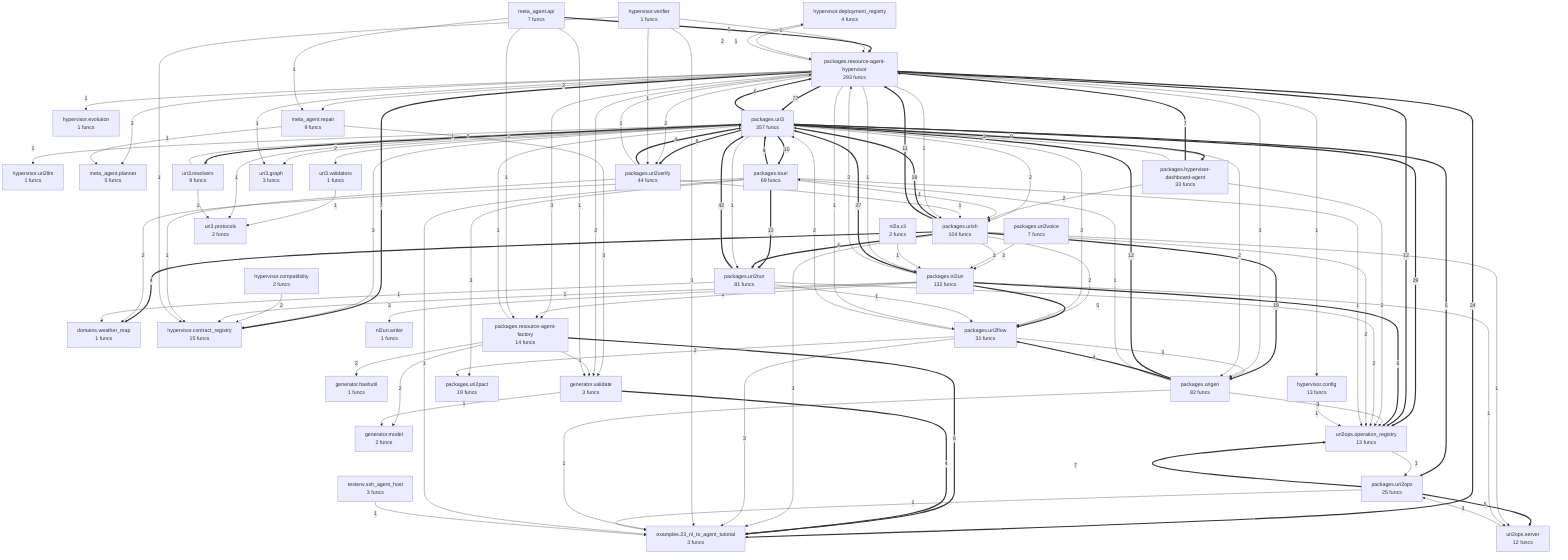
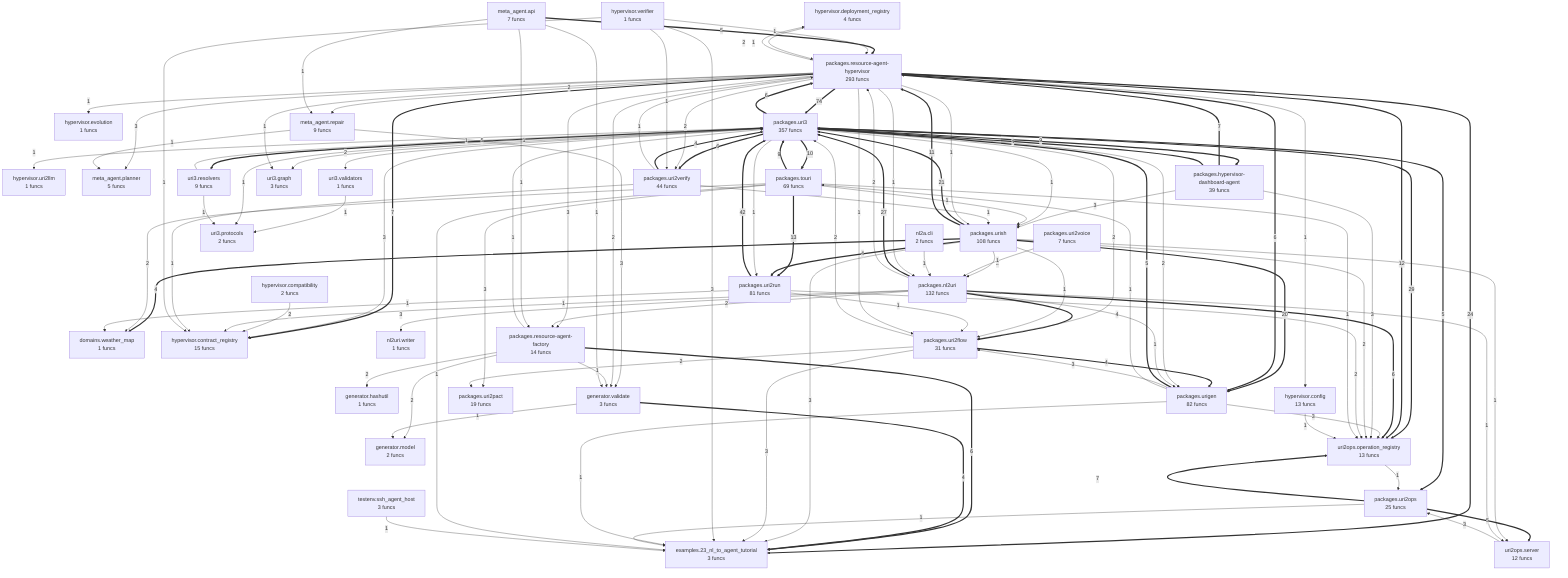
flowchart TD
- %% generated in 0.14s
+ %% generated in 0.24s
    domains__weather_map["domains.weather_map<br/>1 funcs"]
    examples__23_nl_to_agent_tutorial["examples.23_nl_to_agent_tutorial<br/>3 funcs"]
    generator__hashutil["generator.hashutil<br/>1 funcs"]
    generator__model["generator.model<br/>2 funcs"]
    generator__validate["generator.validate<br/>3 funcs"]
    hypervisor__compatibility["hypervisor.compatibility<br/>2 funcs"]
    hypervisor__config["hypervisor.config<br/>13 funcs"]
    hypervisor__contract_registry["hypervisor.contract_registry<br/>15 funcs"]
    hypervisor__deployment_registry["hypervisor.deployment_registry<br/>4 funcs"]
    hypervisor__evolution["hypervisor.evolution<br/>1 funcs"]
    hypervisor__uri2llm["hypervisor.uri2llm<br/>1 funcs"]
    hypervisor__verifier["hypervisor.verifier<br/>1 funcs"]
    meta_agent__api["meta_agent.api<br/>7 funcs"]
    meta_agent__planner["meta_agent.planner<br/>5 funcs"]
    meta_agent__repair["meta_agent.repair<br/>9 funcs"]
    nl2a__cli["nl2a.cli<br/>2 funcs"]
    nl2uri__writer["nl2uri.writer<br/>1 funcs"]
-     packages__hypervisor_dashboard_agent["packages.hypervisor-dashboard-agent<br/>33 funcs"]
+     packages__hypervisor_dashboard_agent["packages.hypervisor-dashboard-agent<br/>39 funcs"]
    packages__nl2uri["packages.nl2uri<br/>132 funcs"]
    packages__resource_agent_factory["packages.resource-agent-factory<br/>14 funcs"]
    packages__resource_agent_hypervisor["packages.resource-agent-hypervisor<br/>293 funcs"]
    packages__touri["packages.touri<br/>69 funcs"]
    packages__uri2flow["packages.uri2flow<br/>31 funcs"]
    packages__uri2ops["packages.uri2ops<br/>25 funcs"]
    packages__uri2pact["packages.uri2pact<br/>19 funcs"]
    packages__uri2run["packages.uri2run<br/>81 funcs"]
    packages__uri2verify["packages.uri2verify<br/>44 funcs"]
    packages__uri2voice["packages.uri2voice<br/>7 funcs"]
    packages__uri3["packages.uri3<br/>357 funcs"]
    packages__urigen["packages.urigen<br/>82 funcs"]
-     packages__urish["packages.urish<br/>104 funcs"]
+     packages__urish["packages.urish<br/>108 funcs"]
    testenv__ssh_agent_host["testenv.ssh_agent_host<br/>3 funcs"]
    uri2ops__operation_registry["uri2ops.operation_registry<br/>13 funcs"]
    uri2ops__server["uri2ops.server<br/>12 funcs"]
    uri3__graph["uri3.graph<br/>3 funcs"]
    uri3__protocols["uri3.protocols<br/>2 funcs"]
    uri3__resolvers["uri3.resolvers<br/>9 funcs"]
    uri3__validators["uri3.validators<br/>1 funcs"]
-     packages__resource_agent_hypervisor ==>|77| packages__uri3
+     packages__resource_agent_hypervisor ==>|74| packages__uri3
    packages__uri2run ==>|42| packages__uri3
    packages__uri3 ==>|29| uri2ops__operation_registry
    packages__nl2uri ==>|27| packages__uri3
    packages__resource_agent_hypervisor ==>|24| examples__23_nl_to_agent_tutorial
-     packages__urish ==>|19| packages__uri3
-     packages__urish ==>|19| packages__urigen
+     packages__urish ==>|21| packages__uri3
+     packages__urish ==>|20| packages__urigen
    packages__touri ==>|13| packages__uri2run
-     packages__urigen ==>|12| packages__uri3
    packages__resource_agent_hypervisor ==>|12| uri2ops__operation_registry
    packages__urish ==>|11| packages__resource_agent_hypervisor
    packages__uri3 ==>|10| packages__touri
    packages__uri3 ==>|9| packages__hypervisor_dashboard_agent
    packages__touri ==>|9| packages__uri3
    packages__uri2ops ==>|7| uri2ops__operation_registry
    packages__hypervisor_dashboard_agent ==>|7| packages__resource_agent_hypervisor
    packages__resource_agent_hypervisor ==>|7| hypervisor__contract_registry
    packages__uri3 ==>|6| packages__resource_agent_hypervisor
    packages__uri3 ==>|6| packages__uri2verify
    packages__resource_agent_factory ==>|6| examples__23_nl_to_agent_tutorial
    packages__nl2uri ==>|6| uri2ops__operation_registry
+     packages__resource_agent_hypervisor ==>|6| packages__urigen
+     packages__urigen ==>|5| packages__uri3
    packages__uri2ops ==>|5| uri2ops__server
    packages__uri3 ==>|5| packages__uri2ops
    packages__uri3 ==>|5| uri3__resolvers
-     packages__nl2uri ==>|5| packages__uri2flow
    meta_agent__api ==>|5| packages__resource_agent_hypervisor
    packages__urish ==>|4| packages__uri2run
    packages__urish ==>|4| domains__weather_map
-     packages__urigen ==>|4| packages__uri2flow
+     packages__hypervisor_dashboard_agent ==>|4| packages__uri3
+     packages__uri2flow ==>|4| packages__urigen
    generator__validate ==>|4| examples__23_nl_to_agent_tutorial
+     packages__nl2uri ==>|4| packages__uri2flow
    packages__uri2verify ==>|4| packages__uri3
    packages__urish -->|3| examples__23_nl_to_agent_tutorial
+     packages__urigen -->|3| packages__uri2flow
+     packages__urigen -->|3| uri2ops__operation_registry
    uri2ops__server -->|3| packages__uri2ops
    packages__uri3 -->|3| hypervisor__contract_registry
-     packages__hypervisor_dashboard_agent -->|3| packages__uri3
+     packages__hypervisor_dashboard_agent -->|3| packages__urish
+     packages__hypervisor_dashboard_agent -->|3| uri2ops__operation_registry
    packages__uri2flow -->|3| examples__23_nl_to_agent_tutorial
-     packages__uri2flow -->|3| packages__urigen
    packages__touri -->|3| packages__uri2pact
    packages__nl2uri -->|3| nl2uri__writer
-     packages__resource_agent_hypervisor -->|3| packages__urigen
    packages__resource_agent_hypervisor -->|3| meta_agent__planner
    packages__resource_agent_hypervisor -->|3| packages__resource_agent_factory
    meta_agent__repair -->|3| generator__validate
    hypervisor__verifier -->|3| examples__23_nl_to_agent_tutorial
-     packages__urigen -->|3| uri2ops__operation_registry
-     packages__urish -->|2| packages__uri2flow
+     packages__urish -->|2| uri2ops__operation_registry
+     packages__urish -->|2| packages__nl2uri
    packages__uri3 -->|2| uri3__validators
-     packages__uri3 -->|2| packages__urish
    packages__uri3 -->|2| packages__uri2flow
    packages__uri3 -->|2| packages__urigen
-     packages__hypervisor_dashboard_agent -->|2| packages__urish
-     packages__hypervisor_dashboard_agent -->|2| uri2ops__operation_registry
    packages__uri2flow -->|2| packages__uri3
    packages__uri2flow -->|2| packages__uri2pact
    packages__touri -->|2| domains__weather_map
    packages__uri2run -->|2| uri2ops__operation_registry
    packages__resource_agent_factory -->|2| generator__model
    packages__resource_agent_factory -->|2| generator__hashutil
    packages__nl2uri -->|2| packages__resource_agent_hypervisor
    packages__nl2uri -->|2| packages__resource_agent_factory
    packages__resource_agent_hypervisor -->|2| generator__validate
    packages__resource_agent_hypervisor -->|2| meta_agent__repair
    packages__resource_agent_hypervisor -->|2| packages__uri2verify
    packages__resource_agent_hypervisor -->|2| hypervisor__deployment_registry
    hypervisor__compatibility -->|2| hypervisor__contract_registry
-     packages__urish -->|2| uri2ops__operation_registry
-     packages__urish -->|2| packages__nl2uri
    packages__urish -->|1| uri2ops__server
+     packages__urish -->|1| packages__uri2flow
    packages__urigen -->|1| examples__23_nl_to_agent_tutorial
    packages__urigen -->|1| packages__touri
    packages__uri2ops -->|1| examples__23_nl_to_agent_tutorial
    uri2ops__operation_registry -->|1| packages__uri2ops
+     packages__uri3 -->|1| packages__urish
    uri3__validators -->|1| uri3__protocols
    packages__uri3 -->|1| uri3__graph
    packages__uri3 -->|1| uri3__protocols
    packages__uri3 -->|1| hypervisor__uri2llm
    uri3__resolvers -->|1| packages__uri3
    uri3__resolvers -->|1| uri3__protocols
    packages__uri3 -->|1| packages__uri2run
    packages__touri -->|1| examples__23_nl_to_agent_tutorial
    packages__touri -->|1| packages__urish
    packages__touri -->|1| uri2ops__operation_registry
    packages__uri2voice -->|1| packages__nl2uri
    packages__uri2run -->|1| domains__weather_map
    packages__uri2run -->|1| packages__uri2flow
    generator__validate -->|1| generator__model
    packages__resource_agent_factory -->|1| packages__uri3
    packages__resource_agent_factory -->|1| generator__validate
    packages__nl2uri -->|1| uri2ops__server
    packages__nl2uri -->|1| hypervisor__contract_registry
+     packages__nl2uri -->|1| packages__urigen
    nl2a__cli -->|1| packages__nl2uri
    packages__uri2verify -->|1| hypervisor__contract_registry
    packages__uri2verify -->|1| packages__resource_agent_hypervisor
    packages__uri2verify -->|1| packages__urish
    packages__resource_agent_hypervisor -->|1| packages__uri2flow
    meta_agent__api -->|1| generator__validate
    meta_agent__api -->|1| meta_agent__repair
    meta_agent__api -->|1| packages__resource_agent_factory
    meta_agent__repair -->|1| meta_agent__planner
    packages__resource_agent_hypervisor -->|1| packages__urish
    hypervisor__verifier -->|1| hypervisor__contract_registry
    hypervisor__verifier -->|1| packages__resource_agent_hypervisor
    hypervisor__verifier -->|1| packages__uri2verify
    packages__resource_agent_hypervisor -->|1| hypervisor__config
    hypervisor__config -->|1| uri2ops__operation_registry
    packages__resource_agent_hypervisor -->|1| hypervisor__evolution
    packages__resource_agent_hypervisor -->|1| uri3__graph
    packages__resource_agent_hypervisor -->|1| packages__nl2uri
    hypervisor__deployment_registry -->|1| packages__resource_agent_hypervisor
    testenv__ssh_agent_host -->|1| examples__23_nl_to_agent_tutorial
